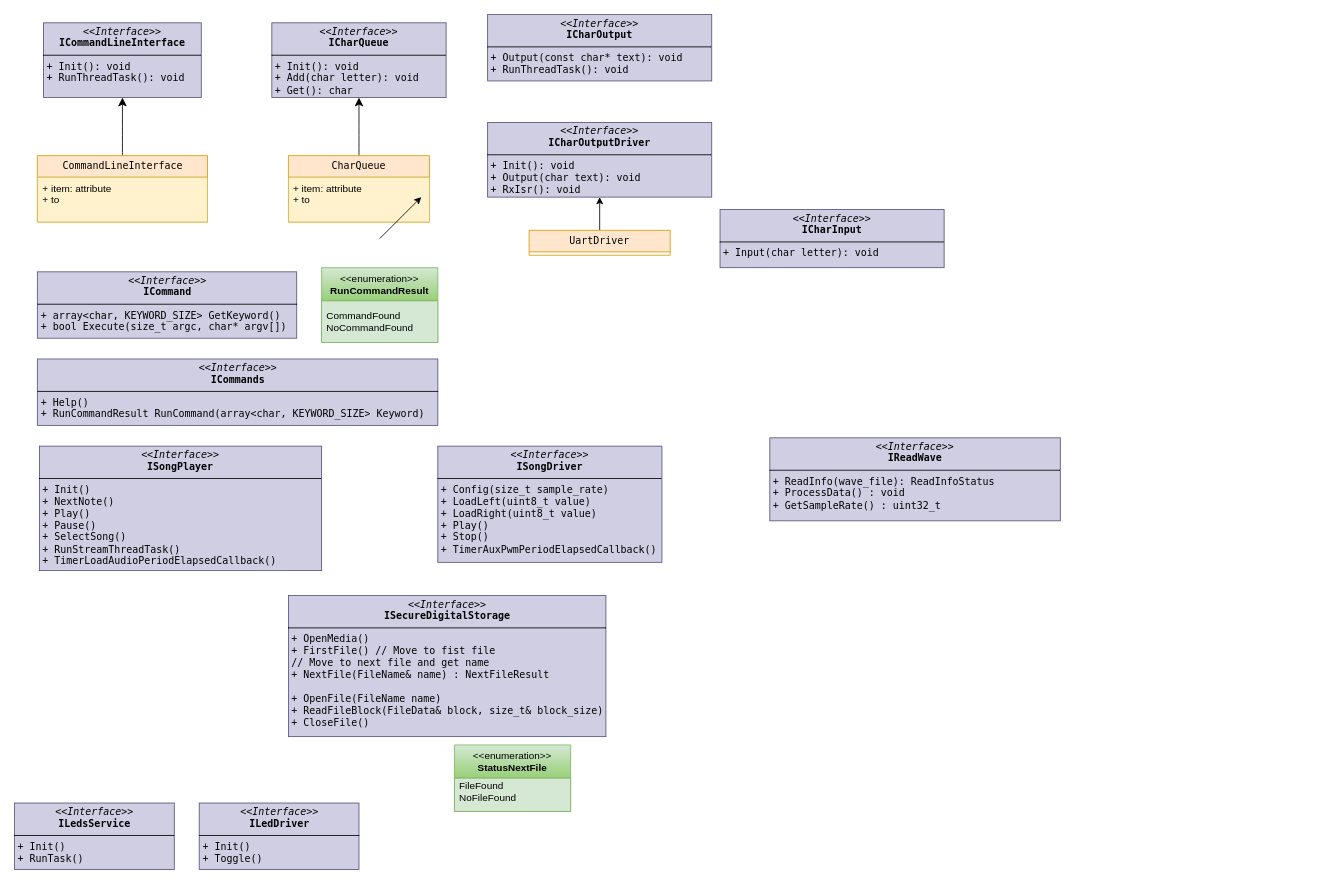
The draw.io diagram docs/Music_Player.drawio in Hitthesurf/music_player, before the edit. Source tidied: cells renumbered, new cells numbered last; positions are measured from the earlier drawing's top-left corner, leaving out a move shared by most shapes. Both pictures are drawn from the tidied source at 83%, with x=0, y=0 at pixel (14, 14).
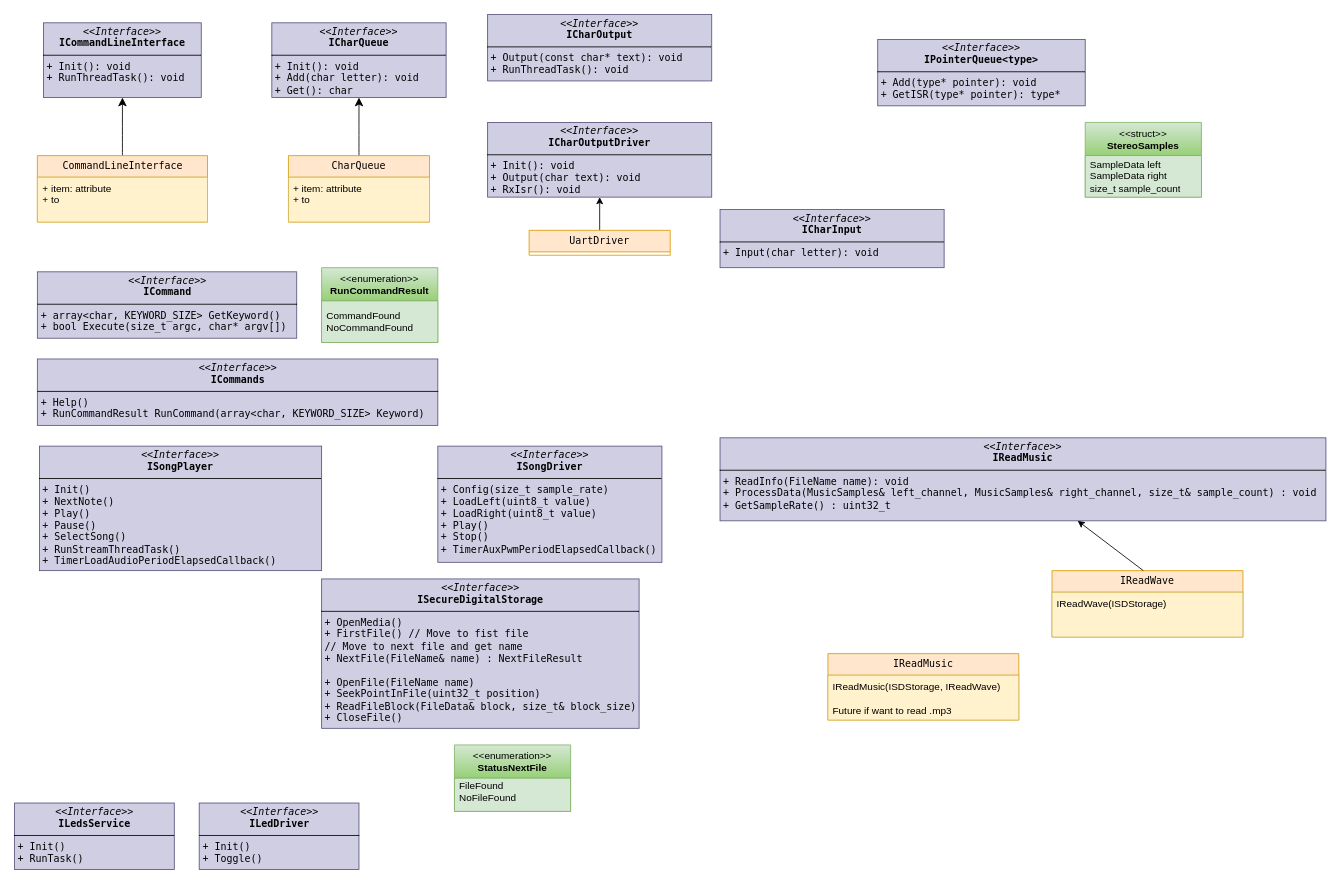
Above is the later version.

Commit message (it also covers changes not shown here):
Add start of implementation for reading wave files

Change to the diagram source:
```diff
@@
-    <mxCell id="18" value="&lt;p style=&quot;margin:0px;margin-top:4px;text-align:center;&quot;&gt;&lt;i&gt;&amp;lt;&amp;lt;Interface&amp;gt;&amp;gt;&lt;/i&gt;&lt;br&gt;&lt;b style=&quot;&quot;&gt;&lt;font&gt;ISecureDigitalStorage&lt;/font&gt;&lt;/b&gt;&lt;/p&gt;&lt;hr style=&quot;border-style:solid;&quot; size=&quot;1&quot;&gt;&lt;p style=&quot;margin:0px;margin-left:4px;&quot;&gt;&lt;span style=&quot;background-color: transparent; color: light-dark(rgb(0, 0, 0), rgb(255, 255, 255));&quot;&gt;+ OpenMedia()&lt;/span&gt;&lt;/p&gt;&lt;p style=&quot;margin:0px;margin-left:4px;&quot;&gt;&lt;span style=&quot;background-color: transparent; color: light-dark(rgb(0, 0, 0), rgb(255, 255, 255));&quot;&gt;+ FirstFile() // Move to fist file&lt;/span&gt;&lt;/p&gt;&lt;p style=&quot;margin:0px;margin-left:4px;&quot;&gt;&lt;font&gt;// Move to next file and get name&lt;/font&gt;&lt;/p&gt;&lt;p style=&quot;margin:0px;margin-left:4px;&quot;&gt;&lt;font&gt;+ NextFile(FileName&amp;amp; name&lt;/font&gt;&lt;span style=&quot;background-color: transparent; color: light-dark(rgb(0, 0, 0), rgb(255, 255, 255));&quot;&gt;) : NextFileResult&lt;/span&gt;&lt;/p&gt;&lt;p style=&quot;margin:0px;margin-left:4px;&quot;&gt;&lt;span style=&quot;background-color: transparent; color: light-dark(rgb(0, 0, 0), rgb(255, 255, 255));&quot;&gt;&lt;br&gt;&lt;/span&gt;&lt;/p&gt;&lt;p style=&quot;margin:0px;margin-left:4px;&quot;&gt;&lt;font&gt;+ OpenFile&lt;/font&gt;&lt;span style=&quot;background-color: transparent; color: light-dark(rgb(0, 0, 0), rgb(255, 255, 255));&quot;&gt;(&lt;/span&gt;&lt;span style=&quot;background-color: transparent; color: light-dark(rgb(0, 0, 0), rgb(255, 255, 255));&quot;&gt;FileName name&lt;/span&gt;&lt;span style=&quot;background-color: transparent; color: light-dark(rgb(0, 0, 0), rgb(255, 255, 255));&quot;&gt;)&lt;/span&gt;&lt;/p&gt;&lt;p style=&quot;margin:0px;margin-left:4px;&quot;&gt;&lt;font&gt;+ ReadFileBlock(FileData&amp;amp; block, size_t&amp;amp; block_size&lt;/font&gt;&lt;span style=&quot;background-color: transparent; color: light-dark(rgb(0, 0, 0), rgb(255, 255, 255));&quot;&gt;)&lt;/span&gt;&lt;/p&gt;&lt;p style=&quot;margin:0px;margin-left:4px;&quot;&gt;&lt;span style=&quot;background-color: transparent; color: light-dark(rgb(0, 0, 0), rgb(255, 255, 255));&quot;&gt;+ CloseFile()&lt;/span&gt;&lt;/p&gt;" style="verticalAlign=top;align=left;overflow=fill;html=1;whiteSpace=wrap;fillColor=#d0cee2;strokeColor=#56517e;fontFamily=Lucida Console;" parent="1" vertex="1">
-      <mxGeometry x="330" y="700" width="382.5" height="170" as="geometry" />
+    <mxCell id="18" value="&lt;p style=&quot;margin:0px;margin-top:4px;text-align:center;&quot;&gt;&lt;i&gt;&amp;lt;&amp;lt;Interface&amp;gt;&amp;gt;&lt;/i&gt;&lt;br&gt;&lt;b style=&quot;&quot;&gt;&lt;font&gt;ISecureDigitalStorage&lt;/font&gt;&lt;/b&gt;&lt;/p&gt;&lt;hr style=&quot;border-style:solid;&quot; size=&quot;1&quot;&gt;&lt;p style=&quot;margin:0px;margin-left:4px;&quot;&gt;&lt;span style=&quot;background-color: transparent; color: light-dark(rgb(0, 0, 0), rgb(255, 255, 255));&quot;&gt;+ OpenMedia()&lt;/span&gt;&lt;/p&gt;&lt;p style=&quot;margin:0px;margin-left:4px;&quot;&gt;&lt;span style=&quot;background-color: transparent; color: light-dark(rgb(0, 0, 0), rgb(255, 255, 255));&quot;&gt;+ FirstFile() // Move to fist file&lt;/span&gt;&lt;/p&gt;&lt;p style=&quot;margin:0px;margin-left:4px;&quot;&gt;&lt;font&gt;// Move to next file and get name&lt;/font&gt;&lt;/p&gt;&lt;p style=&quot;margin:0px;margin-left:4px;&quot;&gt;&lt;font&gt;+ NextFile(FileName&amp;amp; name&lt;/font&gt;&lt;span style=&quot;background-color: transparent; color: light-dark(rgb(0, 0, 0), rgb(255, 255, 255));&quot;&gt;) : NextFileResult&lt;/span&gt;&lt;/p&gt;&lt;p style=&quot;margin:0px;margin-left:4px;&quot;&gt;&lt;span style=&quot;background-color: transparent; color: light-dark(rgb(0, 0, 0), rgb(255, 255, 255));&quot;&gt;&lt;br&gt;&lt;/span&gt;&lt;/p&gt;&lt;p style=&quot;margin:0px;margin-left:4px;&quot;&gt;&lt;font&gt;+ OpenFile&lt;/font&gt;&lt;span style=&quot;background-color: transparent; color: light-dark(rgb(0, 0, 0), rgb(255, 255, 255));&quot;&gt;(&lt;/span&gt;&lt;span style=&quot;background-color: transparent; color: light-dark(rgb(0, 0, 0), rgb(255, 255, 255));&quot;&gt;FileName name&lt;/span&gt;&lt;span style=&quot;background-color: transparent; color: light-dark(rgb(0, 0, 0), rgb(255, 255, 255));&quot;&gt;)&lt;/span&gt;&lt;/p&gt;&lt;p style=&quot;margin:0px;margin-left:4px;&quot;&gt;&lt;span style=&quot;background-color: transparent; color: light-dark(rgb(0, 0, 0), rgb(255, 255, 255));&quot;&gt;+ SeekPointInFile(uint32_t position&lt;/span&gt;&lt;span style=&quot;background-color: transparent; color: light-dark(rgb(0, 0, 0), rgb(255, 255, 255));&quot;&gt;)&lt;/span&gt;&lt;/p&gt;&lt;p style=&quot;margin:0px;margin-left:4px;&quot;&gt;&lt;font&gt;+ ReadFileBlock(FileData&amp;amp; block, size_t&amp;amp; block_size&lt;/font&gt;&lt;span style=&quot;background-color: transparent; color: light-dark(rgb(0, 0, 0), rgb(255, 255, 255));&quot;&gt;)&lt;/span&gt;&lt;/p&gt;&lt;p style=&quot;margin:0px;margin-left:4px;&quot;&gt;&lt;span style=&quot;background-color: transparent; color: light-dark(rgb(0, 0, 0), rgb(255, 255, 255));&quot;&gt;+ CloseFile()&lt;/span&gt;&lt;/p&gt;" style="verticalAlign=top;align=left;overflow=fill;html=1;whiteSpace=wrap;fillColor=#d0cee2;strokeColor=#56517e;fontFamily=Lucida Console;" parent="1" vertex="1">
+      <mxGeometry x="370" y="680" width="382.5" height="180" as="geometry" />
     </mxCell>
@@
-    <mxCell id="25" style="endArrow=classic;html=1;rounded=0;" parent="1" edge="1">
-      <mxGeometry relative="1" as="geometry">
-        <mxPoint x="440" y="270" as="sourcePoint" />
-        <mxPoint x="490" y="220" as="targetPoint" />
-      </mxGeometry>
-    </mxCell>
@@
-    <mxCell id="27" value="&lt;p style=&quot;margin:0px;margin-top:4px;text-align:center;&quot;&gt;&lt;i&gt;&amp;lt;&amp;lt;Interface&amp;gt;&amp;gt;&lt;/i&gt;&lt;br&gt;&lt;b style=&quot;&quot;&gt;&lt;font&gt;IReadWave&lt;/font&gt;&lt;/b&gt;&lt;/p&gt;&lt;hr style=&quot;border-style:solid;&quot; size=&quot;1&quot;&gt;&lt;p style=&quot;margin:0px;margin-left:4px;&quot;&gt;&lt;font&gt;+ ReadInfo(wave_file): ReadInfoStatus&lt;/font&gt;&lt;/p&gt;&lt;p style=&quot;margin:0px;margin-left:4px;&quot;&gt;&lt;font&gt;+ ProcessData() : void&lt;/font&gt;&lt;/p&gt;&lt;p style=&quot;margin:0px;margin-left:4px;&quot;&gt;&lt;font&gt;+ GetSampleRate() : uint32_t&lt;/font&gt;&lt;/p&gt;" style="verticalAlign=top;align=left;overflow=fill;html=1;whiteSpace=wrap;fillColor=#d0cee2;strokeColor=#56517e;fontFamily=Lucida Console;" parent="1" vertex="1">
-      <mxGeometry x="910" y="510" width="350" height="100" as="geometry" />
+    <mxCell id="27" value="&lt;p style=&quot;margin:0px;margin-top:4px;text-align:center;&quot;&gt;&lt;i&gt;&amp;lt;&amp;lt;Interface&amp;gt;&amp;gt;&lt;/i&gt;&lt;br&gt;&lt;b style=&quot;&quot;&gt;&lt;font&gt;IReadMusic&lt;/font&gt;&lt;/b&gt;&lt;/p&gt;&lt;hr style=&quot;border-style:solid;&quot; size=&quot;1&quot;&gt;&lt;p style=&quot;margin:0px;margin-left:4px;&quot;&gt;&lt;font&gt;+ ReadInfo(FileName name): void&lt;/font&gt;&lt;/p&gt;&lt;p style=&quot;margin:0px;margin-left:4px;&quot;&gt;&lt;font&gt;+ ProcessData(MusicSamples&amp;amp; left_channel, MusicSamples&amp;amp; right_channel, size_t&amp;amp; sample_count) : void&lt;/font&gt;&lt;/p&gt;&lt;p style=&quot;margin:0px;margin-left:4px;&quot;&gt;&lt;font&gt;+ GetSampleRate() : uint32_t&lt;/font&gt;&lt;/p&gt;" style="verticalAlign=top;align=left;overflow=fill;html=1;whiteSpace=wrap;fillColor=#d0cee2;strokeColor=#56517e;fontFamily=Lucida Console;" parent="1" vertex="1">
+      <mxGeometry x="850" y="510" width="730" height="100" as="geometry" />
     </mxCell>
+    <mxCell id="28" value="IReadMusic" style="swimlane;fontStyle=0;horizontal=1;startSize=26;fillColor=#ffe6cc;whiteSpace=wrap;html=1;strokeColor=#d79b00;fontFamily=Lucida Console;" parent="1" vertex="1">
+      <mxGeometry x="980" y="770" width="230" height="80" as="geometry" />
+    </mxCell>
+    <mxCell id="29" value="IReadMusic(ISDStorage, IReadWave)&lt;br&gt;&lt;br&gt;Future if want to read .mp3" style="text;strokeColor=#d6b656;fillColor=#fff2cc;align=left;verticalAlign=top;spacingLeft=4;spacingRight=4;overflow=hidden;whiteSpace=wrap;html=1;" parent="28" vertex="1">
+      <mxGeometry y="26" width="230" height="54" as="geometry" />
+    </mxCell>
+    <mxCell id="30" value="IReadWave" style="swimlane;fontStyle=0;horizontal=1;startSize=26;fillColor=#ffe6cc;whiteSpace=wrap;html=1;strokeColor=#d79b00;fontFamily=Lucida Console;" parent="1" vertex="1">
+      <mxGeometry x="1250" y="670" width="230" height="80" as="geometry" />
+    </mxCell>
+    <mxCell id="31" value="IReadWave(ISDStorage)" style="text;strokeColor=#d6b656;fillColor=#fff2cc;align=left;verticalAlign=top;spacingLeft=4;spacingRight=4;overflow=hidden;whiteSpace=wrap;html=1;" parent="30" vertex="1">
+      <mxGeometry y="26" width="230" height="54" as="geometry" />
+    </mxCell>
+    <mxCell id="32" style="endArrow=classic;html=1;rounded=0;exitX=0.5;exitY=0;exitDx=0;exitDy=0;" parent="1" edge="1" target="27">
+      <mxGeometry relative="1" as="geometry">
+        <mxPoint x="1360" y="670" as="sourcePoint" />
+      </mxGeometry>
+    </mxCell>
+    <mxCell id="33" value="&lt;p style=&quot;margin:0px;margin-top:4px;text-align:center;&quot;&gt;&lt;i&gt;&amp;lt;&amp;lt;Interface&amp;gt;&amp;gt;&lt;/i&gt;&lt;br&gt;&lt;b style=&quot;&quot;&gt;&lt;font&gt;IPointerQueue&amp;lt;type&amp;gt;&lt;/font&gt;&lt;/b&gt;&lt;/p&gt;&lt;hr style=&quot;border-style:solid;&quot; size=&quot;1&quot;&gt;&lt;p style=&quot;margin:0px;margin-left:4px;&quot;&gt;&lt;font&gt;+ Add(type* pointer): void&lt;/font&gt;&lt;/p&gt;&lt;p style=&quot;margin:0px;margin-left:4px;&quot;&gt;&lt;font&gt;+ GetISR(&lt;/font&gt;&lt;span style=&quot;background-color: transparent; color: light-dark(rgb(0, 0, 0), rgb(255, 255, 255));&quot;&gt;type* pointer&lt;/span&gt;&lt;span style=&quot;background-color: transparent; color: light-dark(rgb(0, 0, 0), rgb(255, 255, 255));&quot;&gt;): type*&lt;/span&gt;&lt;/p&gt;" style="verticalAlign=top;align=left;overflow=fill;html=1;whiteSpace=wrap;fillColor=#d0cee2;strokeColor=#56517e;fontFamily=Lucida Console;" parent="1" vertex="1">
+      <mxGeometry x="1040" y="30" width="250" height="80" as="geometry" />
+    </mxCell>
+    <mxCell id="34" value="&amp;lt;&amp;lt;struct&amp;gt;&amp;gt;&lt;br&gt;&lt;b&gt;StereoSamples&lt;/b&gt;" style="swimlane;fontStyle=0;align=center;verticalAlign=top;horizontal=1;startSize=40;html=1;whiteSpace=wrap;fillColor=#d5e8d4;gradientColor=#97d077;strokeColor=#82b366;" parent="1" vertex="1">
+      <mxGeometry x="1290" y="130" width="140" height="90" as="geometry" />
+    </mxCell>
+    <mxCell id="35" value="SampleData left&lt;br&gt;&lt;div&gt;SampleData right&lt;/div&gt;&lt;div&gt;size_t sample_count&lt;/div&gt;" style="text;html=1;strokeColor=#82b366;fillColor=#d5e8d4;align=left;verticalAlign=middle;spacingLeft=4;spacingRight=4;overflow=hidden;whiteSpace=wrap;" parent="34" vertex="1">
+      <mxGeometry y="40" width="140" height="50" as="geometry" />
+    </mxCell>
```
